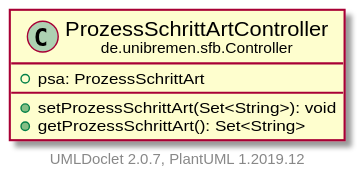
Above: doc/UML/modulsichtSVG/ProzessSchrittArtController.svg in fkehlenb/softwareprojekt-2 (PlantUML), before the change.
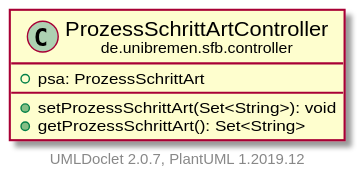
Later version of the same file.

Diff of the diagram source:
```diff
@@ -3,7 +3,7 @@
     hide empty fields
     hide empty methods
 
-    class "<size:14>ProzessSchrittArtController\n<size:10>de.unibremen.sfb.Controller" as de.unibremen.sfb.Controller.ProzessSchrittArtController [[ProzessSchrittArtController.html]] {
+    class "<size:14>ProzessSchrittArtController\n<size:10>de.unibremen.sfb.controller" as de.unibremen.sfb.controller.ProzessSchrittArtController [[ProzessSchrittArtController.html]] {
         +psa: ProzessSchrittArt
         +setProzessSchrittArt(Set<String>): void
         +getProzessSchrittArt(): Set<String>
```
